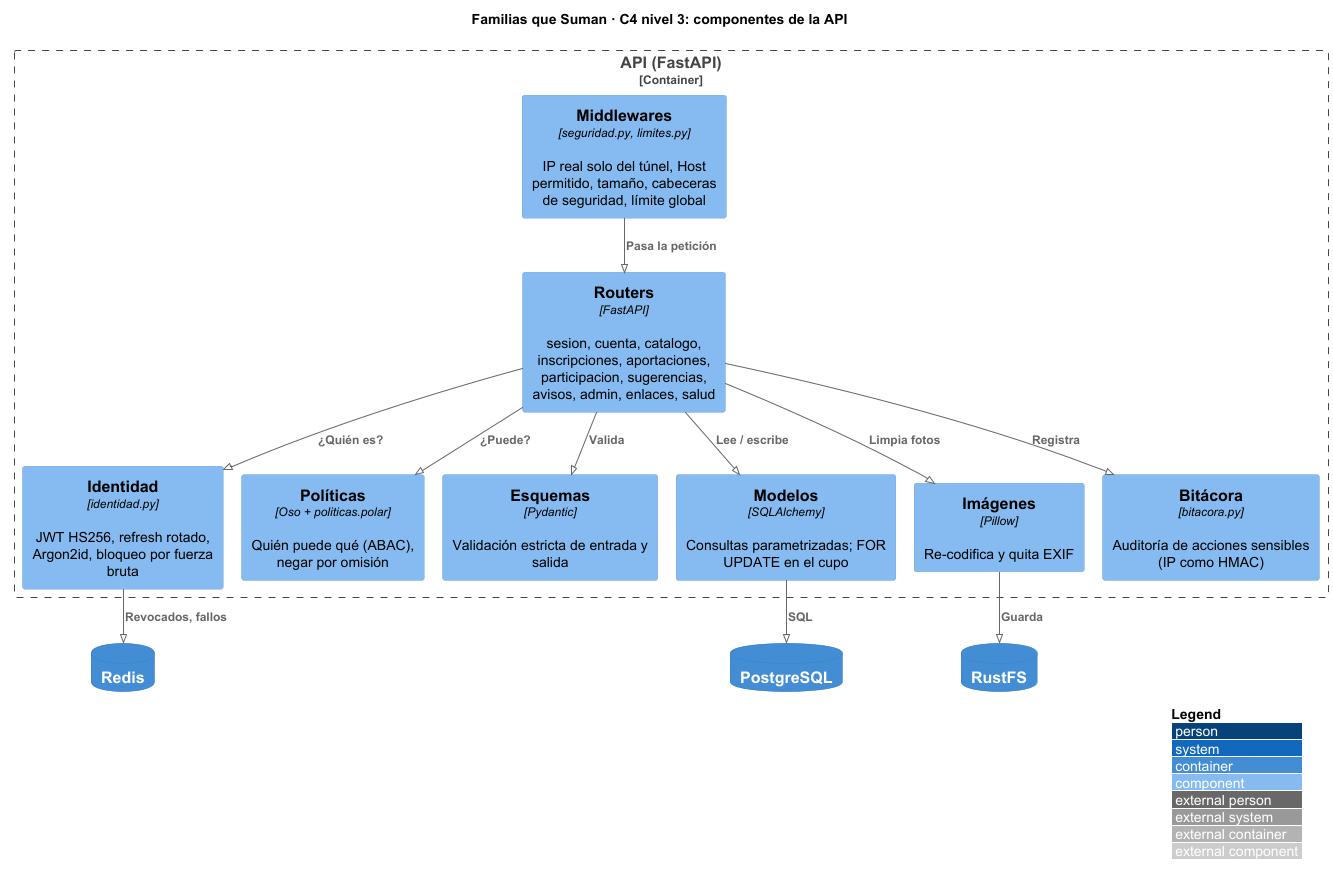
Before: docs/entrega-3/img/c4-3-componentes-api.png, a diagram exported from PlantUML (albertolopezb/familias-que-suman). The source it was exported from:
```plantuml
@startuml c4-3-componentes-api
!pragma layout smetana
!include <C4/C4_Component>
LAYOUT_WITH_LEGEND()
title Familias que Suman · C4 nivel 3: componentes de la API

Container_Boundary(api, "API (FastAPI)") {
  Component(mw, "Middlewares", "seguridad.py, limites.py", "IP real solo del túnel, Host permitido, tamaño, cabeceras de seguridad, límite global")
  Component(routers, "Routers", "FastAPI", "sesion, cuenta, catalogo, inscripciones, aportaciones, participacion, sugerencias, avisos, admin, enlaces, salud")
  Component(ident, "Identidad", "identidad.py", "JWT HS256, refresh rotado, Argon2id, bloqueo por fuerza bruta")
  Component(pol, "Políticas", "Oso + politicas.polar", "Quién puede qué (ABAC), negar por omisión")
  Component(esq, "Esquemas", "Pydantic", "Validación estricta de entrada y salida")
  Component(mod, "Modelos", "SQLAlchemy", "Consultas parametrizadas; FOR UPDATE en el cupo")
  Component(img, "Imágenes", "Pillow", "Re-codifica y quita EXIF")
  Component(bit, "Bitácora", "bitacora.py", "Auditoría de acciones sensibles (IP como HMAC)")
}
ContainerDb(db, "PostgreSQL")
ContainerDb(redis, "Redis")
ContainerDb(s3, "RustFS")

Rel(mw, routers, "Pasa la petición")
Rel(routers, ident, "¿Quién es?")
Rel(routers, pol, "¿Puede?")
Rel(routers, esq, "Valida")
Rel(routers, mod, "Lee / escribe")
Rel(routers, img, "Limpia fotos")
Rel(routers, bit, "Registra")
Rel(mod, db, "SQL")
Rel(ident, redis, "Revocados, fallos")
Rel(img, s3, "Guarda")
@enduml
```
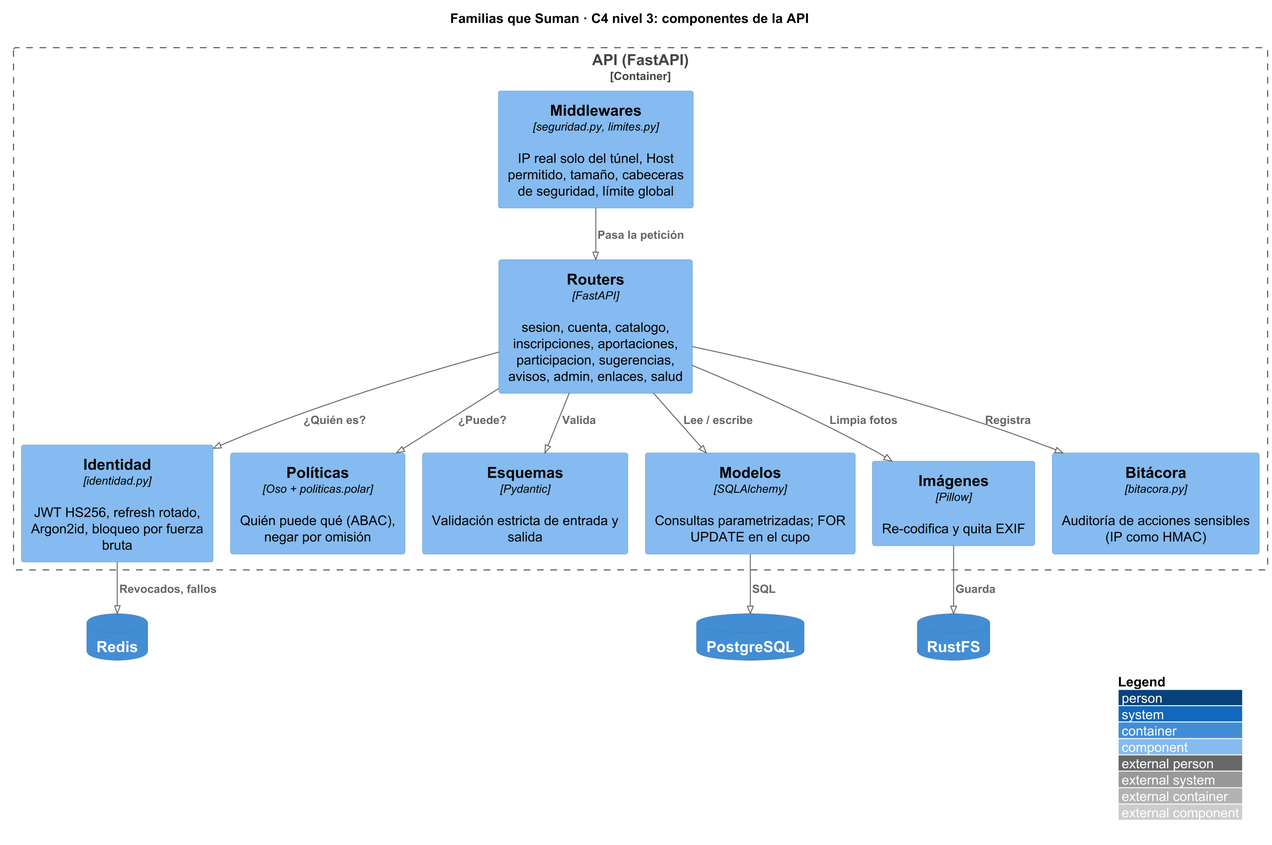
Later version of the same file.

The edit, as a diff of the source:
```diff
@@ -1,4 +1,5 @@
 @startuml c4-3-componentes-api
+skinparamlocked dpi 220
 !pragma layout smetana
 !include <C4/C4_Component>
 LAYOUT_WITH_LEGEND()
```
